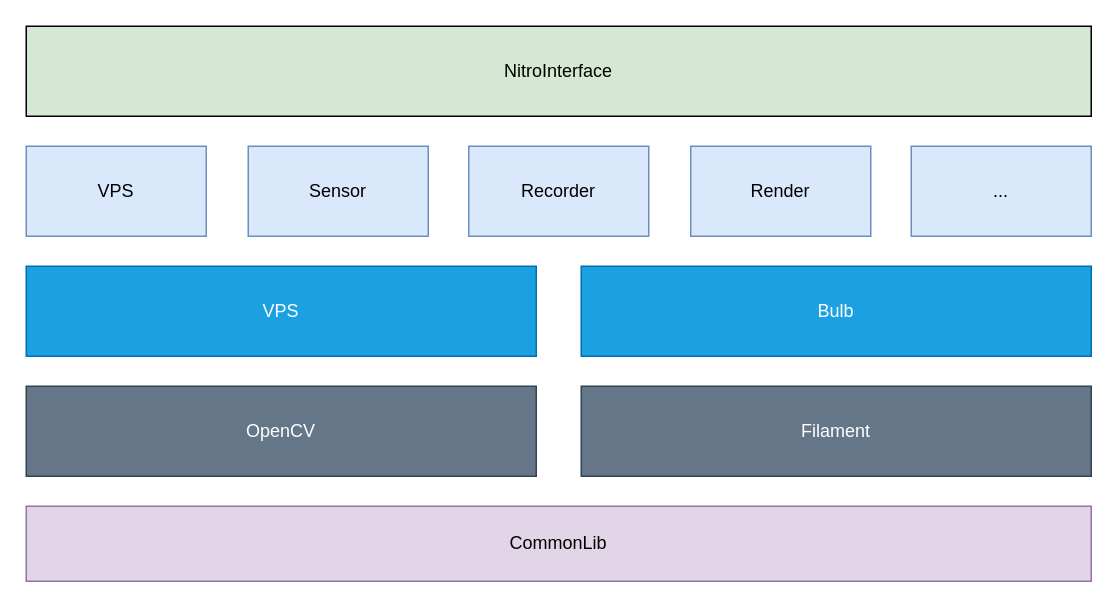
wangziji/graphics keeps this draw.io diagram as page "nitro lib" (11 of 15) of AR 客户端架构.drawio. Above is the earlier version. Source tidied: cells renumbered, new cells numbered last; positions are measured from the earlier drawing's top-left corner, leaving out a move shared by most shapes. Both pictures are drawn from the tidied source at 150%, with x=0, y=0 at pixel (26, 26).
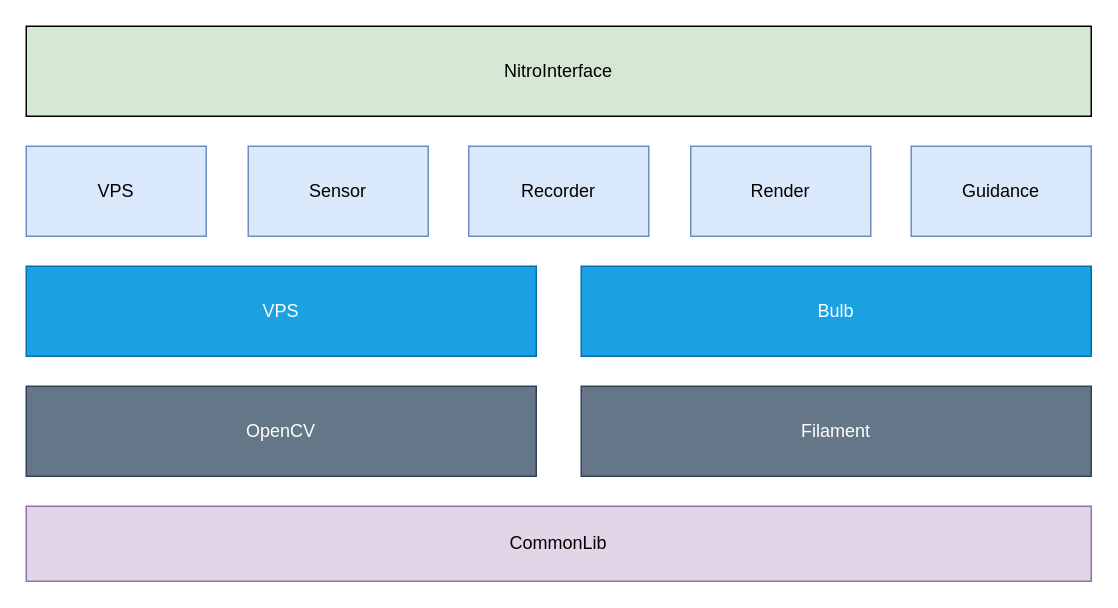
The same diagram, later.

Change to the diagram source:
```diff
@@
 <mxGraphModel>
   <root>
     <mxCell id="0" />
     <mxCell id="1" parent="0" />
     <mxCell id="2" value="NitroInterface" style="rounded=0;whiteSpace=wrap;html=1;fillColor=#D5E8D4;" parent="1" vertex="1">
       <mxGeometry width="710" height="60" as="geometry" />
     </mxCell>
     <mxCell id="3" value="VPS" style="rounded=0;whiteSpace=wrap;html=1;fillColor=#dae8fc;strokeColor=#6c8ebf;" parent="1" vertex="1">
       <mxGeometry y="80" width="120" height="60" as="geometry" />
     </mxCell>
     <mxCell id="4" value="Sensor" style="rounded=0;whiteSpace=wrap;html=1;fillColor=#dae8fc;strokeColor=#6c8ebf;" parent="1" vertex="1">
       <mxGeometry x="148" y="80" width="120" height="60" as="geometry" />
     </mxCell>
     <mxCell id="5" value="Recorder" style="rounded=0;whiteSpace=wrap;html=1;fillColor=#dae8fc;strokeColor=#6c8ebf;" parent="1" vertex="1">
       <mxGeometry x="295" y="80" width="120" height="60" as="geometry" />
     </mxCell>
     <mxCell id="6" value="Render" style="rounded=0;whiteSpace=wrap;html=1;fillColor=#dae8fc;strokeColor=#6c8ebf;" parent="1" vertex="1">
       <mxGeometry x="443" y="80" width="120" height="60" as="geometry" />
     </mxCell>
-    <mxCell id="7" value="..." style="rounded=0;whiteSpace=wrap;html=1;fillColor=#dae8fc;strokeColor=#6c8ebf;" parent="1" vertex="1">
+    <mxCell id="7" value="Guidance" style="rounded=0;whiteSpace=wrap;html=1;fillColor=#dae8fc;strokeColor=#6c8ebf;" parent="1" vertex="1">
       <mxGeometry x="590" y="80" width="120" height="60" as="geometry" />
     </mxCell>
     <mxCell id="8" value="VPS" style="rounded=0;whiteSpace=wrap;html=1;fillColor=#1ba1e2;strokeColor=#006EAF;fontColor=#ffffff;" parent="1" vertex="1">
       <mxGeometry y="160" width="340" height="60" as="geometry" />
     </mxCell>
     <mxCell id="9" value="Bulb" style="rounded=0;whiteSpace=wrap;html=1;fillColor=#1ba1e2;strokeColor=#006EAF;fontColor=#ffffff;" parent="1" vertex="1">
       <mxGeometry x="370" y="160" width="340" height="60" as="geometry" />
     </mxCell>
     <mxCell id="10" value="OpenCV" style="rounded=0;whiteSpace=wrap;html=1;fillColor=#647687;strokeColor=#314354;fontColor=#ffffff;" parent="1" vertex="1">
       <mxGeometry y="240" width="340" height="60" as="geometry" />
     </mxCell>
     <mxCell id="11" value="Filament" style="rounded=0;whiteSpace=wrap;html=1;fillColor=#647687;strokeColor=#314354;fontColor=#ffffff;" parent="1" vertex="1">
       <mxGeometry x="370" y="240" width="340" height="60" as="geometry" />
     </mxCell>
     <mxCell id="12" value="CommonLib" style="rounded=0;whiteSpace=wrap;html=1;fillColor=#e1d5e7;strokeColor=#9673a6;" parent="1" vertex="1">
       <mxGeometry y="320" width="710" height="50" as="geometry" />
     </mxCell>
   </root>
 </mxGraphModel>
```
